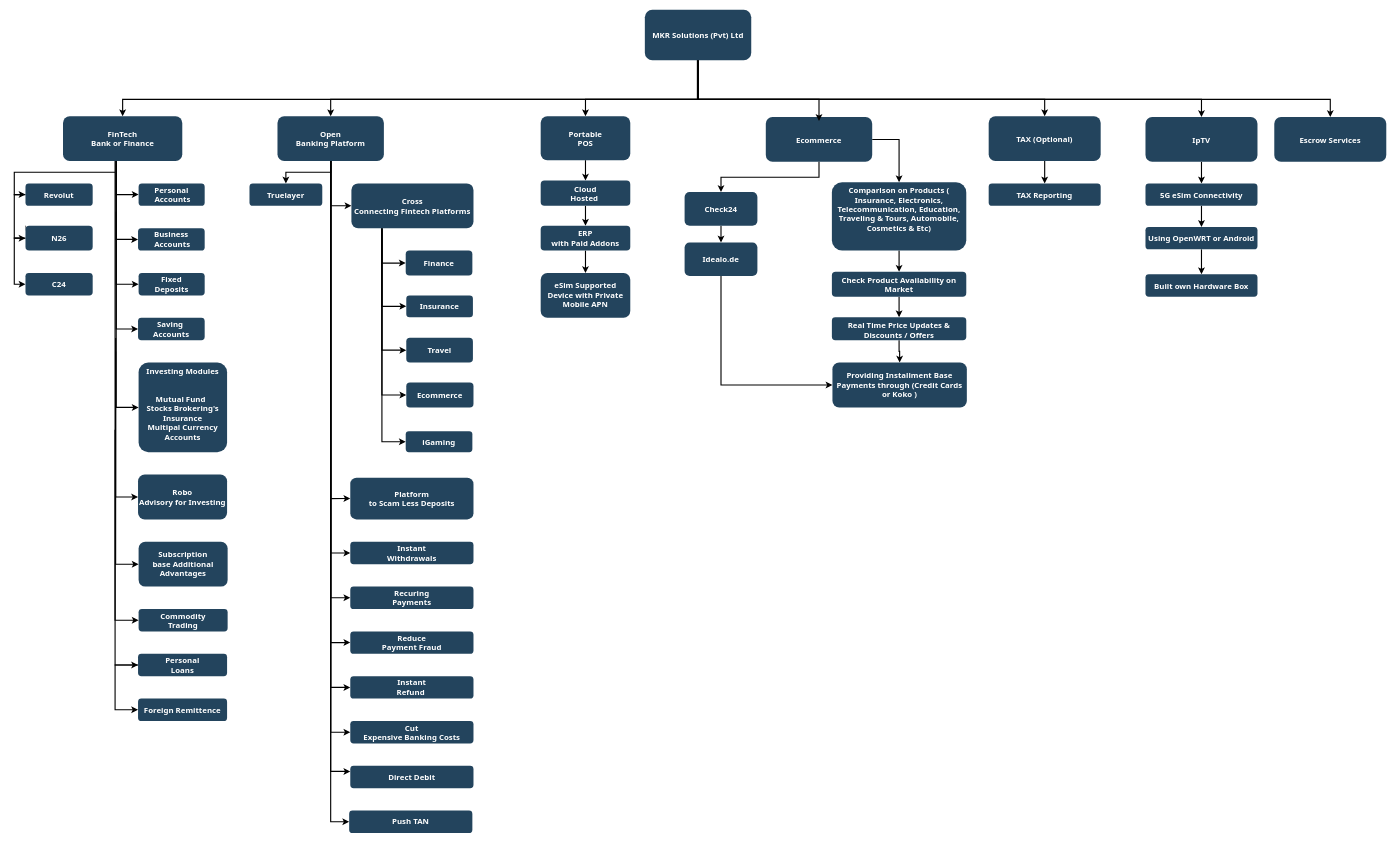
This is MKR.drawio from sachini9427/MKR, a draw.io file, before an edit. Source tidied: cells renumbered, new cells numbered last; positions are measured from the earlier drawing's top-left corner, leaving out a move shared by most shapes. Both pictures are drawn from the tidied source at 56%, with x=0, y=0 at pixel (14, 10).
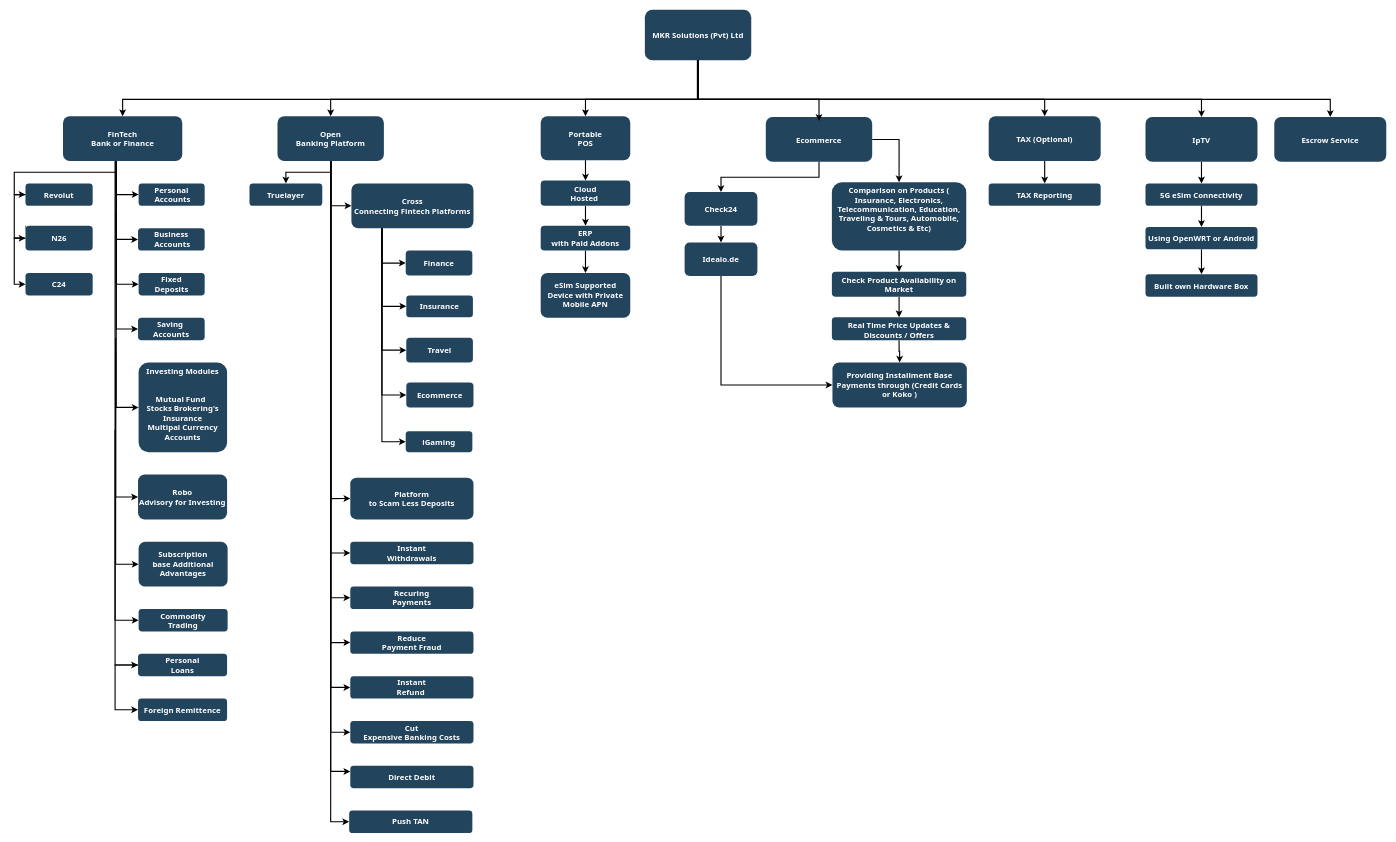
The same diagram, later.

What changed in the source:
```diff
@@
-    <mxCell id="102" value="Escrow Services" style="rounded=1;fillColor=#23445D;gradientColor=none;strokeColor=none;fontColor=#FFFFFF;fontStyle=1;fontFamily=Tahoma;fontSize=14;" parent="1" vertex="1">
+    <mxCell id="102" value="Escrow Service" style="rounded=1;fillColor=#23445D;gradientColor=none;strokeColor=none;fontColor=#FFFFFF;fontStyle=1;fontFamily=Tahoma;fontSize=14;" parent="1" vertex="1">
       <mxGeometry x="2250" y="191.5" width="200" height="80" as="geometry" />
     </mxCell>
```
